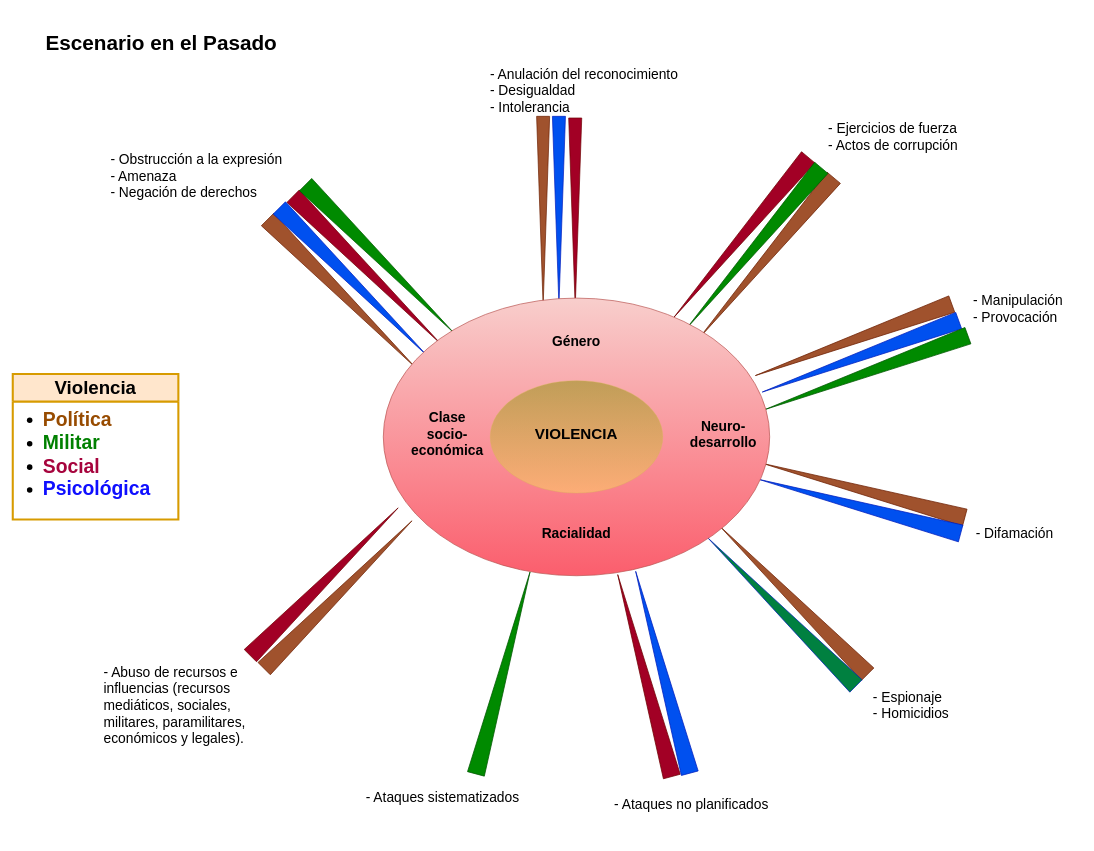
This is page "Pasado" (1 of 3) of Diagrama sin título.drawio from GustavoRoAn/indicadores_de_violencia, a draw.io file, before an edit. Source tidied: cells renumbered, new cells numbered last; positions are measured from the earlier drawing's top-left corner, leaving out a move shared by most shapes. Both pictures are drawn from the tidied source at 69%, with x=0, y=0 at pixel (12, 12).
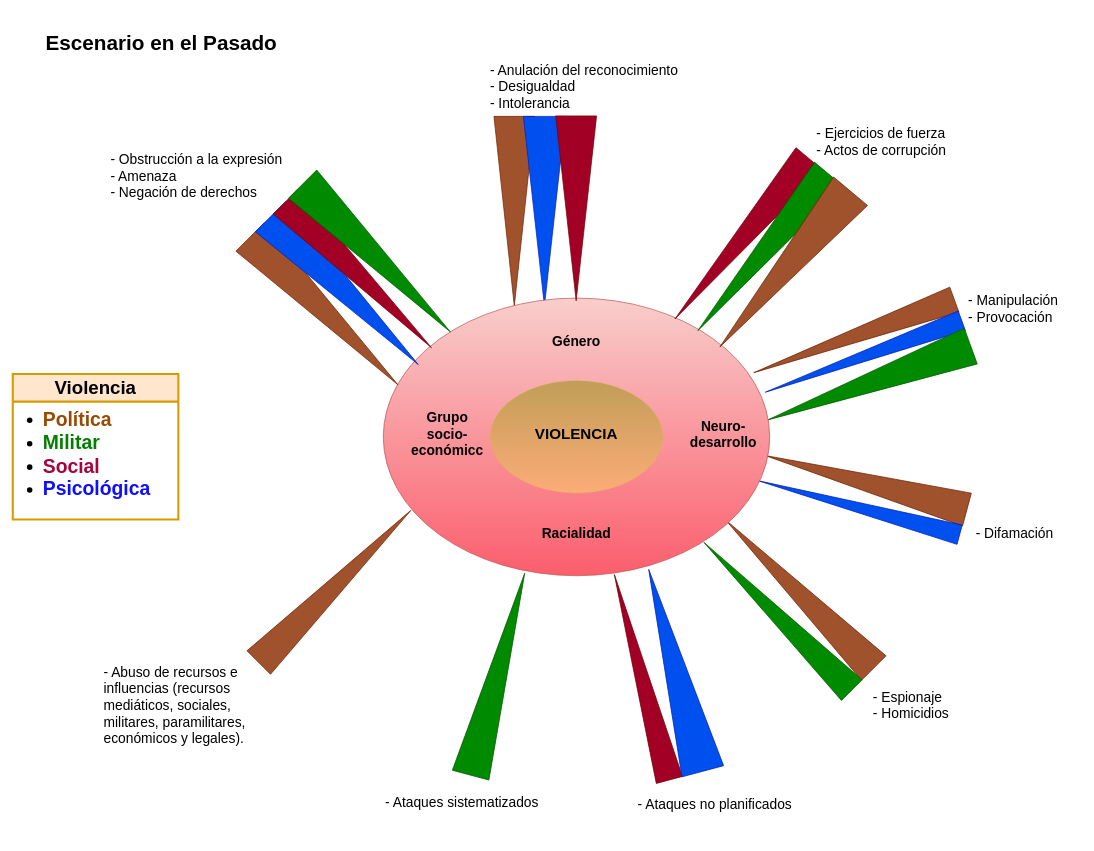
The same page after the edit.

The change refers to these unchanged cells:
```xml
<mxCell id="36" style="group;" parent="1" vertex="1">
  <mxGeometry x="537" y="414.5" width="560" height="402.4" as="geometry" />
</mxCell>
```

Diff of the diagram source:
```diff
@@
     <mxCell id="4" value="&lt;font style=&quot;font-size: 20px;&quot;&gt;- Anulación del reconocimiento&lt;/font&gt;&lt;div align=&quot;left&quot;&gt;&lt;font style=&quot;font-size: 20px;&quot;&gt;- Desigualdad&lt;/font&gt;&lt;/div&gt;&lt;div align=&quot;left&quot;&gt;&lt;font style=&quot;font-size: 20px;&quot;&gt;- Intolerancia&lt;br&gt;&lt;/font&gt;&lt;/div&gt;" style="text;strokeColor=none;align=left;fillColor=none;html=1;verticalAlign=middle;whiteSpace=wrap;rounded=0;fontSize=12;fontFamily=Helvetica;fontColor=default;" parent="1" vertex="1">
-      <mxGeometry x="690" y="60" width="280" height="105.4" as="geometry" />
+      <mxGeometry x="690" y="54" width="280" height="105.4" as="geometry" />
     </mxCell>
     <mxCell id="5" value="&lt;div align=&quot;left&quot;&gt;&lt;font style=&quot;font-size: 20px;&quot;&gt;- Ejercicios de fuerza&lt;/font&gt;&lt;/div&gt;&lt;div align=&quot;left&quot;&gt;&lt;font style=&quot;font-size: 20px;&quot;&gt;- Actos de corrupción&lt;br&gt;&lt;/font&gt;&lt;/div&gt;" style="text;strokeColor=none;align=left;fillColor=none;html=1;verticalAlign=middle;whiteSpace=wrap;rounded=0;fontSize=12;fontFamily=Helvetica;fontColor=default;" parent="1" vertex="1">
-      <mxGeometry x="1180" y="127.1" width="270" height="105.4" as="geometry" />
+      <mxGeometry x="1163" y="134.1" width="270" height="105.4" as="geometry" />
     </mxCell>
@@
     <mxCell id="8" value="&lt;div align=&quot;left&quot;&gt;&lt;font style=&quot;font-size: 20px;&quot;&gt;- Ataques no planificados&lt;br&gt;&lt;/font&gt;&lt;/div&gt;" style="text;strokeColor=none;align=left;fillColor=none;html=1;verticalAlign=middle;whiteSpace=wrap;rounded=0;fontSize=12;fontFamily=Helvetica;fontColor=default;" parent="1" vertex="1">
-      <mxGeometry x="870" y="1094.6" width="230" height="105.4" as="geometry" />
+      <mxGeometry x="904" y="1094.6" width="230" height="105.4" as="geometry" />
     </mxCell>
     <mxCell id="9" value="&lt;div align=&quot;left&quot;&gt;&lt;font style=&quot;font-size: 20px;&quot;&gt;- Ataques sistematizados&lt;br&gt;&lt;/font&gt;&lt;/div&gt;" style="text;strokeColor=none;align=left;fillColor=none;html=1;verticalAlign=middle;whiteSpace=wrap;rounded=0;fontSize=12;fontFamily=Helvetica;fontColor=default;" parent="1" vertex="1">
-      <mxGeometry x="510" y="1085" width="240" height="105.4" as="geometry" />
+      <mxGeometry x="538" y="1092" width="240" height="105.4" as="geometry" />
     </mxCell>
@@
     <mxCell id="12" value="&lt;div align=&quot;left&quot;&gt;&lt;font style=&quot;font-size: 20px;&quot;&gt;- Manipulación&lt;/font&gt;&lt;/div&gt;&lt;div align=&quot;left&quot;&gt;&lt;font style=&quot;font-size: 20px;&quot;&gt;- Provocación&lt;br&gt;&lt;/font&gt;&lt;/div&gt;" style="text;strokeColor=none;align=left;fillColor=none;html=1;verticalAlign=middle;whiteSpace=wrap;rounded=0;fontSize=12;fontFamily=Helvetica;fontColor=default;" parent="1" vertex="1">
-      <mxGeometry x="1390" y="376.1" width="160" height="105.4" as="geometry" />
+      <mxGeometry x="1383" y="376.1" width="160" height="105.4" as="geometry" />
     </mxCell>
     <mxCell id="13" style="triangle;whiteSpace=wrap;html=1;rotation=-270;fillColor=#a0522d;fontColor=#ffffff;strokeColor=#6D1F00;" parent="1" vertex="1">
-      <mxGeometry x="631.2" y="279.1" width="274.9" height="18.9" as="geometry" />
+      <mxGeometry x="589.4" y="259.1" width="274.9" height="59" as="geometry" />
     </mxCell>
-    <mxCell id="14" style="triangle;whiteSpace=wrap;html=1;rotation=-270;fillColor=#a20025;fontColor=#ffffff;strokeColor=#6F0000;" parent="1" vertex="1">
-      <mxGeometry x="677.7" y="281.5" width="274.9" height="18.9" as="geometry" />
-    </mxCell>
     <mxCell id="15" style="triangle;whiteSpace=wrap;html=1;rotation=-270;fillColor=#0050ef;fontColor=#ffffff;strokeColor=#001DBC;" parent="1" vertex="1">
-      <mxGeometry x="654.1" y="279.1" width="274.9" height="18.9" as="geometry" />
+      <mxGeometry x="633.1" y="258.2" width="274.9" height="60.9" as="geometry" />
     </mxCell>
@@
     <mxCell id="17" style="triangle;whiteSpace=wrap;html=1;rotation=-525;fillColor=#a0522d;fontColor=#ffffff;strokeColor=#6D1F00;" parent="1" vertex="1">
-      <mxGeometry x="1082" y="680.8" width="302.9" height="25.2" as="geometry" />
+      <mxGeometry x="1085.1" y="657.2" width="302.9" height="49.2" as="geometry" />
     </mxCell>
     <mxCell id="18" style="triangle;whiteSpace=wrap;html=1;rotation=-525;fillColor=#0050ef;fontColor=#ffffff;strokeColor=#001DBC;" parent="1" vertex="1">
-      <mxGeometry x="1076" y="703.8" width="302.9" height="25.2" as="geometry" />
+      <mxGeometry x="1074.5" y="703.7" width="302.9" height="29" as="geometry" />
     </mxCell>
-    <mxCell id="19" style="triangle;whiteSpace=wrap;html=1;rotation=45;fillColor=#a0522d;fontColor=#ffffff;strokeColor=#6D1F00;" parent="1" vertex="1">
-      <mxGeometry x="324.8" y="395.2" width="302.9" height="25.2" as="geometry" />
-    </mxCell>
-    <mxCell id="20" style="triangle;whiteSpace=wrap;html=1;rotation=45;fillColor=#a20025;fontColor=#ffffff;strokeColor=#6F0000;" parent="1" vertex="1">
-      <mxGeometry x="361.9" y="361.4" width="302.9" height="25.2" as="geometry" />
-    </mxCell>
-    <mxCell id="21" style="triangle;whiteSpace=wrap;html=1;rotation=45;fillColor=#0050ef;fontColor=#ffffff;strokeColor=#001DBC;" parent="1" vertex="1">
-      <mxGeometry x="342" y="378.3" width="302.9" height="25.2" as="geometry" />
-    </mxCell>
-    <mxCell id="22" style="triangle;whiteSpace=wrap;html=1;rotation=45;fillColor=#008a00;fontColor=#ffffff;strokeColor=#005700;" parent="1" vertex="1">
-      <mxGeometry x="380" y="344.5" width="302.9" height="25.2" as="geometry" />
-    </mxCell>
     <mxCell id="23" style="triangle;whiteSpace=wrap;html=1;rotation=-75;fillColor=#008a00;fontColor=#ffffff;strokeColor=#005700;" parent="1" vertex="1">
-      <mxGeometry x="559" y="945.2" width="302.9" height="25.2" as="geometry" />
+      <mxGeometry x="551.3" y="932.2" width="302.9" height="54.8" as="geometry" />
     </mxCell>
     <mxCell id="24" style="triangle;whiteSpace=wrap;html=1;rotation=-45;fillColor=#a0522d;fontColor=#ffffff;strokeColor=#6D1F00;" parent="1" vertex="1">
-      <mxGeometry x="320" y="831.8" width="302.9" height="25.2" as="geometry" />
+      <mxGeometry x="310.8" y="808.3" width="311.9" height="48.2" as="geometry" />
     </mxCell>
-    <mxCell id="25" style="triangle;whiteSpace=wrap;html=1;rotation=-45;fillColor=#a20025;fontColor=#ffffff;strokeColor=#6F0000;" parent="1" vertex="1">
-      <mxGeometry x="300" y="813" width="302.9" height="25.2" as="geometry" />
-    </mxCell>
     <mxCell id="26" style="triangle;whiteSpace=wrap;html=1;rotation=-135;fillColor=#a0522d;fontColor=#ffffff;strokeColor=#6D1F00;" parent="1" vertex="1">
-      <mxGeometry x="980.5" y="839.8" width="302.9" height="25.2" as="geometry" />
+      <mxGeometry x="989.3" y="818.5" width="302.9" height="50.2" as="geometry" />
     </mxCell>
-    <mxCell id="27" style="triangle;whiteSpace=wrap;html=1;rotation=-135;fillColor=#008040;fontColor=#ffffff;strokeColor=#001DBC;" parent="1" vertex="1">
-      <mxGeometry x="963.5" y="857" width="302.9" height="25.2" as="geometry" />
+    <mxCell id="27" style="triangle;whiteSpace=wrap;html=1;rotation=-135;fillColor=#008a00;fontColor=#ffffff;strokeColor=#005700;" parent="1" vertex="1">
+      <mxGeometry x="957.4" y="854.5" width="302.9" height="42.3" as="geometry" />
     </mxCell>
     <mxCell id="28" style="triangle;whiteSpace=wrap;html=1;rotation=-105;fillColor=#a20025;fontColor=#ffffff;strokeColor=#6F0000;" parent="1" vertex="1">
-      <mxGeometry x="764.5" y="949" width="302.9" height="25.2" as="geometry" />
+      <mxGeometry x="757.7" y="944.4" width="308.1" height="39.2" as="geometry" />
     </mxCell>
     <mxCell id="29" style="triangle;whiteSpace=wrap;html=1;rotation=-105;fillColor=#0050ef;fontColor=#ffffff;strokeColor=#001DBC;" parent="1" vertex="1">
-      <mxGeometry x="790.5" y="944.2" width="302.9" height="25.2" as="geometry" />
+      <mxGeometry x="809.4" y="922.8" width="302.9" height="62.4" as="geometry" />
     </mxCell>
     <mxCell id="30" style="triangle;whiteSpace=wrap;html=1;rotation=-200;fillColor=#a0522d;fontColor=#ffffff;strokeColor=#6D1F00;" parent="1" vertex="1">
-      <mxGeometry x="1067.1" y="462.4" width="302.9" height="25.2" as="geometry" />
+      <mxGeometry x="1064.7" y="450.4" width="309.2" height="38.6" as="geometry" />
     </mxCell>
     <mxCell id="31" style="triangle;whiteSpace=wrap;html=1;rotation=-200;fillColor=#0050ef;fontColor=#ffffff;strokeColor=#001DBC;" parent="1" vertex="1">
-      <mxGeometry x="1077.1" y="486.3" width="302.9" height="25.2" as="geometry" />
+      <mxGeometry x="1081.6" y="484.1" width="302.9" height="30" as="geometry" />
     </mxCell>
     <mxCell id="32" style="triangle;whiteSpace=wrap;html=1;rotation=-200;fillColor=#008a00;fontColor=#ffffff;strokeColor=#005700;" parent="1" vertex="1">
-      <mxGeometry x="1080.8" y="509.9" width="312.9" height="25.2" as="geometry" />
+      <mxGeometry x="1084.9" y="510" width="312.9" height="55.1" as="geometry" />
     </mxCell>
-    <mxCell id="33" style="triangle;whiteSpace=wrap;html=1;rotation=-230;fillColor=#a0522d;fontColor=#ffffff;strokeColor=#6D1F00;" parent="1" vertex="1">
-      <mxGeometry x="941" y="343.6" width="302.9" height="25.2" as="geometry" />
-    </mxCell>
-    <mxCell id="34" style="triangle;whiteSpace=wrap;html=1;rotation=-230;fillColor=#a20025;fontColor=#ffffff;strokeColor=#6F0000;" parent="1" vertex="1">
-      <mxGeometry x="904" y="313.9" width="302.9" height="25.2" as="geometry" />
-    </mxCell>
-    <mxCell id="35" style="triangle;whiteSpace=wrap;html=1;rotation=-230;fillColor=#008a00;fontColor=#ffffff;strokeColor=#005700;" parent="1" vertex="1">
-      <mxGeometry x="923" y="329.2" width="302.9" height="25.2" as="geometry" />
-    </mxCell>
@@
-    <mxCell id="43" value="&lt;font style=&quot;font-size: 20px;&quot;&gt;Clase&lt;br&gt;socio-económica&lt;br&gt;&lt;/font&gt;" style="text;strokeColor=none;align=center;fillColor=none;html=1;verticalAlign=middle;whiteSpace=wrap;rounded=0;fontStyle=1;" parent="36" vertex="1">
+    <mxCell id="43" value="&lt;font style=&quot;font-size: 20px;&quot;&gt;Grupo&lt;br&gt;socio-económicc&lt;br&gt;&lt;/font&gt;" style="text;strokeColor=none;align=center;fillColor=none;html=1;verticalAlign=middle;whiteSpace=wrap;rounded=0;fontStyle=1;" parent="36" vertex="1">
       <mxGeometry x="63" y="162.9" width="60" height="67.1" as="geometry" />
     </mxCell>
+    <mxCell id="19" style="triangle;whiteSpace=wrap;html=1;rotation=45;fillColor=#a0522d;fontColor=#ffffff;strokeColor=#6D1F00;" parent="1" vertex="1">
+      <mxGeometry x="299.6" y="403.9" width="302.9" height="58.2" as="geometry" />
+    </mxCell>
+    <mxCell id="21" style="triangle;whiteSpace=wrap;html=1;rotation=45;fillColor=#0050ef;fontColor=#ffffff;strokeColor=#001DBC;" parent="1" vertex="1">
+      <mxGeometry x="329.1" y="372.9" width="302.9" height="61.7" as="geometry" />
+    </mxCell>
+    <mxCell id="20" style="triangle;whiteSpace=wrap;html=1;rotation=45;fillColor=#a20025;fontColor=#ffffff;strokeColor=#6F0000;" parent="1" vertex="1">
+      <mxGeometry x="351.5" y="355.3" width="299.1" height="50.6" as="geometry" />
+    </mxCell>
+    <mxCell id="22" style="triangle;whiteSpace=wrap;html=1;rotation=45;fillColor=#008a00;fontColor=#ffffff;strokeColor=#005700;" parent="1" vertex="1">
+      <mxGeometry x="375.7" y="327.5" width="302.9" height="57.9" as="geometry" />
+    </mxCell>
+    <mxCell id="14" style="triangle;whiteSpace=wrap;html=1;rotation=-270;fillColor=#a20025;fontColor=#ffffff;strokeColor=#6F0000;" parent="1" vertex="1">
+      <mxGeometry x="682.5" y="254.8" width="268" height="59.3" as="geometry" />
+    </mxCell>
+    <mxCell id="34" style="triangle;whiteSpace=wrap;html=1;rotation=-230;fillColor=#a20025;fontColor=#ffffff;strokeColor=#6F0000;" parent="1" vertex="1">
+      <mxGeometry x="905.6" y="303.5" width="302.9" height="50.4" as="geometry" />
+    </mxCell>
+    <mxCell id="35" style="triangle;whiteSpace=wrap;html=1;rotation=-230;fillColor=#008a00;fontColor=#ffffff;strokeColor=#005700;" parent="1" vertex="1">
+      <mxGeometry x="940" y="321.3" width="295.8" height="54.4" as="geometry" />
+    </mxCell>
+    <mxCell id="33" style="triangle;whiteSpace=wrap;html=1;rotation=-230;fillColor=#a0522d;fontColor=#ffffff;strokeColor=#6D1F00;" parent="1" vertex="1">
+      <mxGeometry x="972.2" y="340.4" width="294.6" height="64.2" as="geometry" />
+    </mxCell>
```
